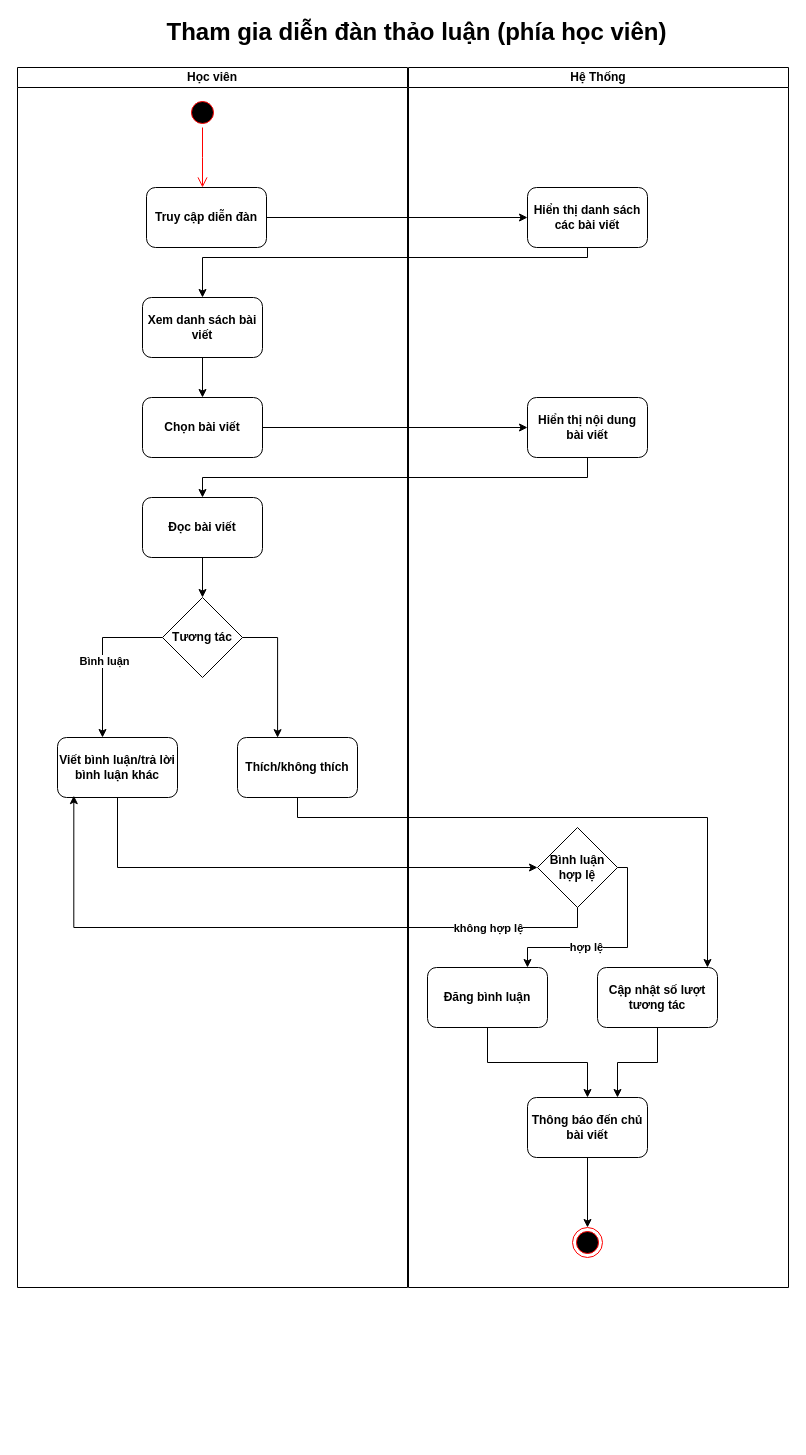
The draw.io diagram document/ActivityDiagram/ForumStudent-Activity.drawio in toniiplaycode/DNC-Learning, before the edit. Source tidied: cells renumbered, new cells numbered last; positions are measured from the earlier drawing's top-left corner, leaving out a move shared by most shapes. Both pictures are drawn from the tidied source at 100%, with x=0, y=0 at pixel (17, 17).
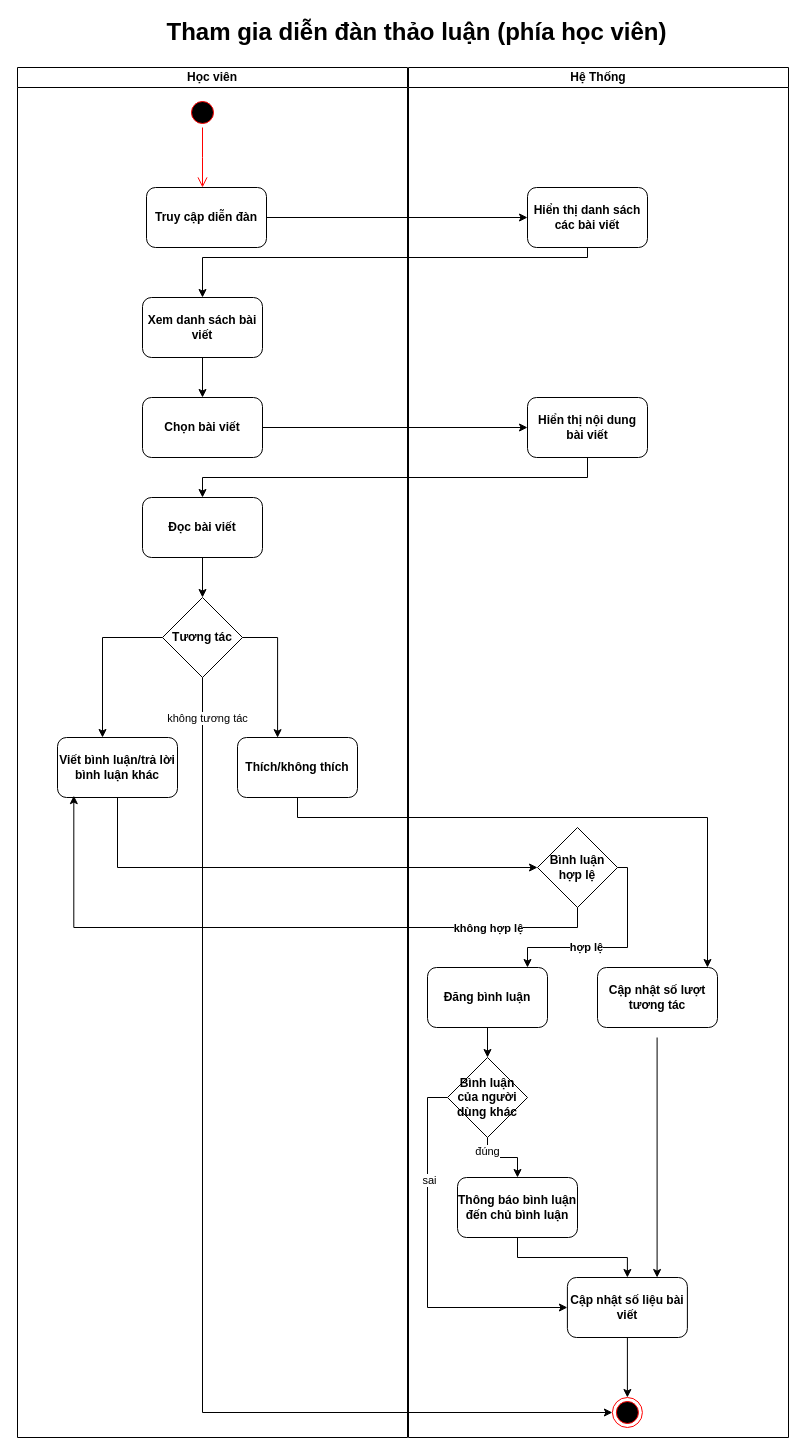
The same diagram, later.

The change refers to these unchanged cells:
```xml
<mxCell id="11" style="edgeStyle=orthogonalEdgeStyle;rounded=0;jettySize=auto;html=1;fontStyle=1;" parent="2" edge="1" source="13" target="14">
  <mxGeometry relative="1" as="geometry">
    <Array as="points">
      <mxPoint x="85" y="570" />
    </Array>
  </mxGeometry>
</mxCell>
<mxCell id="13" value="Tương tác" style="rhombus;whiteSpace=wrap;html=1;fontStyle=1;" parent="2" vertex="1">
  <mxGeometry x="145" y="530" width="80" height="80" as="geometry" />
</mxCell>
<mxCell id="24" value="Đăng bình luận" style="rounded=1;whiteSpace=wrap;html=1;fontStyle=1;" parent="17" vertex="1">
  <mxGeometry x="19" y="900" width="120" height="60" as="geometry" />
</mxCell>
<mxCell id="26" value="Cập nhật số lượt tương tác" style="rounded=1;whiteSpace=wrap;html=1;fontStyle=1;" parent="17" vertex="1">
  <mxGeometry x="189" y="900" width="120" height="60" as="geometry" />
</mxCell>
```

Diff of the diagram source:
```diff
@@
     <mxCell id="2" value="Học viên" style="swimlane;startSize=20;whiteSpace=wrap;html=1;fontStyle=1;" parent="1" vertex="1">
-      <mxGeometry y="50" width="390" height="1220" as="geometry" />
+      <mxGeometry y="50" width="390" height="1370" as="geometry" />
     </mxCell>
@@
-    <mxCell id="12" value="Bình luận" style="edgeLabel;html=1;align=center;verticalAlign=middle;fontStyle=1;" parent="11" vertex="1">
-      <mxGeometry x="0.04" y="1" relative="1" as="geometry" />
-    </mxCell>
@@
     <mxCell id="17" value="Hệ Thống" style="swimlane;startSize=20;whiteSpace=wrap;html=1;fontStyle=1;" parent="1" vertex="1">
-      <mxGeometry x="391" y="50" width="380" height="1220" as="geometry" />
+      <mxGeometry x="391" y="50" width="380" height="1370" as="geometry" />
     </mxCell>
@@
-    <mxCell id="23" style="edgeStyle=orthogonalEdgeStyle;rounded=0;jettySize=auto;html=1;fontStyle=1;" parent="17" edge="1" source="24" target="28">
-      <mxGeometry relative="1" as="geometry" />
-    </mxCell>
+    <mxCell id="39" style="edgeStyle=orthogonalEdgeStyle;rounded=0;jettySize=auto;html=1;entryX=0.5;entryY=0;entryDx=0;entryDy=0;" parent="17" edge="1" source="24" target="45">
+      <mxGeometry relative="1" as="geometry" />
+    </mxCell>
@@
-    <mxCell id="25" style="edgeStyle=orthogonalEdgeStyle;rounded=0;jettySize=auto;html=1;entryX=0.75;entryY=0;entryDx=0;entryDy=0;fontStyle=1;" parent="17" edge="1" source="26" target="28">
-      <mxGeometry relative="1" as="geometry" />
-    </mxCell>
+    <mxCell id="40" style="edgeStyle=orthogonalEdgeStyle;rounded=0;orthogonalLoop=1;jettySize=auto;html=1;" parent="17" edge="1">
+      <mxGeometry relative="1" as="geometry">
+        <mxPoint x="248.6" y="970" as="sourcePoint" />
+        <mxPoint x="248.6" y="1210" as="targetPoint" />
+      </mxGeometry>
+    </mxCell>
@@
-    <mxCell id="27" style="edgeStyle=orthogonalEdgeStyle;rounded=0;jettySize=auto;html=1;entryX=0.5;entryY=0;entryDx=0;entryDy=0;fontStyle=1;" parent="17" edge="1" source="28" target="29">
-      <mxGeometry relative="1" as="geometry" />
-    </mxCell>
-    <mxCell id="28" value="Thông báo đến chủ bài viết" style="rounded=1;whiteSpace=wrap;html=1;fontStyle=1;" parent="17" vertex="1">
-      <mxGeometry x="119" y="1030" width="120" height="60" as="geometry" />
-    </mxCell>
-    <mxCell id="29" style="ellipse;html=1;shape=endState;fillColor=#000000;strokeColor=#ff0000;fontStyle=1;" parent="17" vertex="1">
-      <mxGeometry x="164" y="1160" width="30" height="30" as="geometry" />
-    </mxCell>
+    <mxCell id="41" style="edgeStyle=orthogonalEdgeStyle;rounded=0;jettySize=auto;html=1;" parent="17" edge="1" source="45" target="50">
+      <mxGeometry relative="1" as="geometry" />
+    </mxCell>
+    <mxCell id="42" value="đúng" style="edgeLabel;html=1;align=center;verticalAlign=middle;" parent="41" vertex="1">
+      <mxGeometry x="-0.64" y="-1" relative="1" as="geometry" />
+    </mxCell>
+    <mxCell id="43" style="edgeStyle=orthogonalEdgeStyle;rounded=0;jettySize=auto;html=1;entryX=0;entryY=0.5;entryDx=0;entryDy=0;" parent="17" edge="1" source="45" target="47">
+      <mxGeometry relative="1" as="geometry">
+        <Array as="points">
+          <mxPoint x="19" y="1030" />
+          <mxPoint x="19" y="1240" />
+        </Array>
+      </mxGeometry>
+    </mxCell>
+    <mxCell id="44" value="sai" style="edgeLabel;html=1;align=center;verticalAlign=middle;" parent="43" vertex="1">
+      <mxGeometry x="-0.45" y="1" relative="1" as="geometry" />
+    </mxCell>
+    <mxCell id="45" value="Bình luận của người dùng khác" style="rhombus;whiteSpace=wrap;html=1;fontStyle=1;" parent="17" vertex="1">
+      <mxGeometry x="39" y="990" width="80" height="80" as="geometry" />
+    </mxCell>
+    <mxCell id="46" style="edgeStyle=orthogonalEdgeStyle;rounded=0;jettySize=auto;html=1;entryX=0.5;entryY=0;entryDx=0;entryDy=0;fontStyle=1;" parent="17" edge="1" source="47" target="48">
+      <mxGeometry relative="1" as="geometry" />
+    </mxCell>
+    <mxCell id="47" value="Cập nhật số liệu bài viết" style="rounded=1;whiteSpace=wrap;html=1;fontStyle=1;" parent="17" vertex="1">
+      <mxGeometry x="158.9" y="1210" width="120" height="60" as="geometry" />
+    </mxCell>
+    <mxCell id="48" style="ellipse;html=1;shape=endState;fillColor=#000000;strokeColor=#ff0000;fontStyle=1;" parent="17" vertex="1">
+      <mxGeometry x="203.9" y="1330" width="30" height="30" as="geometry" />
+    </mxCell>
+    <mxCell id="49" style="edgeStyle=orthogonalEdgeStyle;rounded=0;jettySize=auto;html=1;" parent="17" edge="1" source="50" target="47">
+      <mxGeometry relative="1" as="geometry" />
+    </mxCell>
+    <mxCell id="50" value="Thông báo bình luận đến chủ bình luận" style="rounded=1;whiteSpace=wrap;html=1;fontStyle=1;" parent="17" vertex="1">
+      <mxGeometry x="49" y="1110" width="120" height="60" as="geometry" />
+    </mxCell>
@@
+    <mxCell id="51" style="edgeStyle=orthogonalEdgeStyle;rounded=0;jettySize=auto;html=1;entryX=0;entryY=0.5;entryDx=0;entryDy=0;" parent="1" edge="1" source="13" target="48">
+      <mxGeometry relative="1" as="geometry">
+        <Array as="points">
+          <mxPoint x="185" y="1395" />
+        </Array>
+      </mxGeometry>
+    </mxCell>
+    <mxCell id="52" value="không tương tác" style="edgeLabel;html=1;align=center;verticalAlign=middle;" parent="51" vertex="1">
+      <mxGeometry x="-0.9" y="2" relative="1" as="geometry">
+        <mxPoint x="2" y="-17" as="offset" />
+      </mxGeometry>
+    </mxCell>
```
